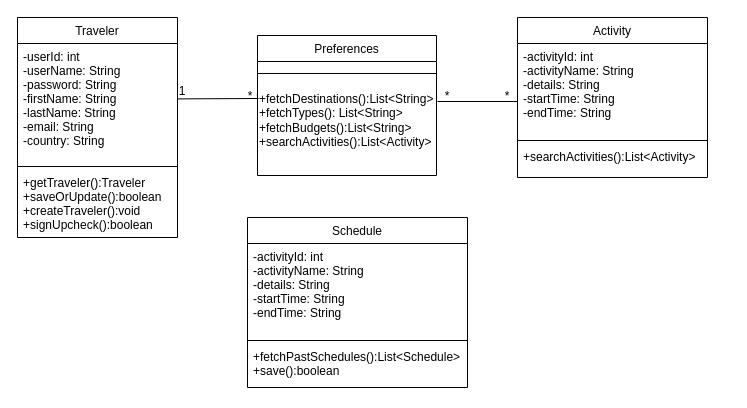
Before: Diagrams/FinalClassDiagram.drawio in EleftheriaKoutsiouri/Scheduluxe, a draw.io diagram. Source tidied: cells renumbered, new cells numbered last; positions are measured from the earlier drawing's top-left corner, leaving out a move shared by most shapes. Both pictures are drawn from the tidied source at 100%, with x=0, y=0 at pixel (17, 17).
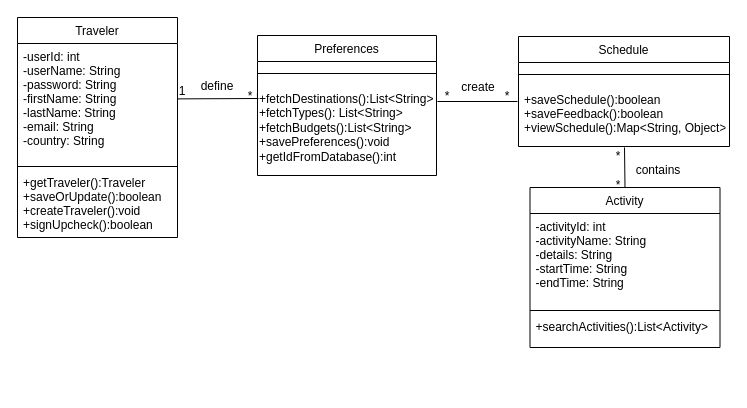
The same page after the edit.

The change refers to these unchanged cells:
```xml
<mxCell id="6" value="Preferences" style="swimlane;fontStyle=0;align=center;verticalAlign=top;horizontal=1;startSize=26;rounded=0;shadow=0;strokeWidth=1;" parent="1" vertex="1">
  <mxGeometry x="240" y="18" width="179" height="140" as="geometry" />
</mxCell>
```

What changed in the source:
```diff
@@
-    <mxCell id="8" value="&lt;div&gt;+fetchDestinations():List&amp;lt;String&amp;gt;&lt;/div&gt;&lt;div&gt;+fetchTypes(): List&amp;lt;String&amp;gt;&lt;span style=&quot;background-color: initial;&quot;&gt;&lt;br&gt;&lt;/span&gt;&lt;/div&gt;&lt;div&gt;&lt;span style=&quot;background-color: initial;&quot;&gt;+fetchBudgets():List&amp;lt;String&amp;gt;&lt;/span&gt;&lt;/div&gt;&lt;div&gt;+searchActivities():List&amp;lt;Activity&amp;gt;&lt;/div&gt;&lt;div&gt;&lt;span style=&quot;background-color: initial;&quot;&gt;&amp;nbsp;&lt;/span&gt;&lt;br&gt;&lt;/div&gt;&lt;div&gt;&lt;br&gt;&lt;/div&gt;" style="text;whiteSpace=wrap;html=1;" parent="6" vertex="1">
+    <mxCell id="8" value="&lt;div&gt;+fetchDestinations():List&amp;lt;String&amp;gt;&lt;/div&gt;&lt;div&gt;+fetchTypes(): List&amp;lt;String&amp;gt;&lt;span style=&quot;background-color: initial;&quot;&gt;&lt;br&gt;&lt;/span&gt;&lt;/div&gt;&lt;div&gt;&lt;span style=&quot;background-color: initial;&quot;&gt;+fetchBudgets():List&amp;lt;String&amp;gt;&lt;/span&gt;&lt;/div&gt;&lt;div&gt;&lt;span style=&quot;background-color: initial;&quot;&gt;+savePreferences():void&lt;/span&gt;&lt;/div&gt;&lt;div&gt;&lt;span style=&quot;background-color: initial;&quot;&gt;+&lt;/span&gt;getIdFromDatabase():int&lt;/div&gt;&lt;div&gt;&lt;span style=&quot;background-color: initial;&quot;&gt;&amp;nbsp;&lt;/span&gt;&lt;br&gt;&lt;/div&gt;&lt;div&gt;&lt;br&gt;&lt;/div&gt;" style="text;whiteSpace=wrap;html=1;" parent="6" vertex="1">
       <mxGeometry y="50" width="179" height="80" as="geometry" />
     </mxCell>
@@
     <mxCell id="11" value="Activity" style="swimlane;fontStyle=0;align=center;verticalAlign=top;horizontal=1;startSize=26;rounded=0;shadow=0;strokeWidth=1;" parent="1" vertex="1">
-      <mxGeometry x="500" width="190" height="160" as="geometry" />
+      <mxGeometry x="512.5" y="170" width="190" height="160" as="geometry" />
     </mxCell>
@@
     <mxCell id="20" value="Schedule" style="swimlane;fontStyle=0;align=center;verticalAlign=top;horizontal=1;startSize=26;rounded=0;shadow=0;strokeWidth=1;" parent="1" vertex="1">
-      <mxGeometry x="230" y="200" width="220" height="170" as="geometry" />
+      <mxGeometry x="501" y="19" width="211" height="110" as="geometry" />
     </mxCell>
-    <mxCell id="21" value="-activityId: int&#10;-activityName: String&#10;-details: String&#10;-startTime: String&#10;-endTime: String&#10;&#10;" style="text;align=left;verticalAlign=top;spacingLeft=4;spacingRight=4;overflow=hidden;" parent="20" vertex="1">
-      <mxGeometry y="26" width="220" height="94" as="geometry" />
-    </mxCell>
     <mxCell id="22" style="line;html=1;strokeWidth=1;align=left;verticalAlign=middle;spacingTop=-1;spacingLeft=3;spacingRight=3;labelPosition=right;" parent="20" vertex="1">
-      <mxGeometry y="120" width="220" height="6" as="geometry" />
+      <mxGeometry y="26" width="211" height="24" as="geometry" />
     </mxCell>
-    <mxCell id="23" value="+fetchPastSchedules():List&lt;Schedule&gt;&#10;+save():boolean " style="text;align=left;verticalAlign=top;spacingLeft=4;spacingRight=4;overflow=hidden;" parent="20" vertex="1">
-      <mxGeometry y="126" width="220" height="44" as="geometry" />
+    <mxCell id="23" value="+saveSchedule():boolean&#10;+saveFeedback():boolean&#10;+viewSchedule():Map&lt;String, Object&gt;" style="text;align=left;verticalAlign=top;spacingLeft=4;spacingRight=4;overflow=hidden;" parent="20" vertex="1">
+      <mxGeometry y="50" width="211" height="60" as="geometry" />
     </mxCell>
+    <mxCell id="24" value="define" style="text;html=1;strokeColor=none;fillColor=none;align=center;verticalAlign=middle;whiteSpace=wrap;rounded=0;" parent="1" vertex="1">
+      <mxGeometry x="170" y="54" width="60" height="30" as="geometry" />
+    </mxCell>
+    <mxCell id="25" value="create" style="text;html=1;strokeColor=none;fillColor=none;align=center;verticalAlign=middle;whiteSpace=wrap;rounded=0;" parent="1" vertex="1">
+      <mxGeometry x="431" y="54.5" width="60" height="30" as="geometry" />
+    </mxCell>
+    <mxCell id="26" style="endArrow=none;html=1;rounded=0;exitX=0.5;exitY=0;exitDx=0;exitDy=0;" parent="1" edge="1" source="11">
+      <mxGeometry relative="1" as="geometry">
+        <mxPoint x="607" y="130" as="targetPoint" />
+      </mxGeometry>
+    </mxCell>
+    <mxCell id="27" value="contains" style="text;html=1;strokeColor=none;fillColor=none;align=center;verticalAlign=middle;whiteSpace=wrap;rounded=0;" parent="1" vertex="1">
+      <mxGeometry x="611" y="138" width="60" height="30" as="geometry" />
+    </mxCell>
+    <mxCell id="28" value="*" style="text;html=1;strokeColor=none;fillColor=none;align=center;verticalAlign=middle;whiteSpace=wrap;rounded=0;" parent="1" vertex="1">
+      <mxGeometry x="591" y="129" width="20" height="20" as="geometry" />
+    </mxCell>
+    <mxCell id="29" value="*" style="text;html=1;strokeColor=none;fillColor=none;align=center;verticalAlign=middle;whiteSpace=wrap;rounded=0;" parent="1" vertex="1">
+      <mxGeometry x="591" y="158" width="20" height="20" as="geometry" />
+    </mxCell>
```
